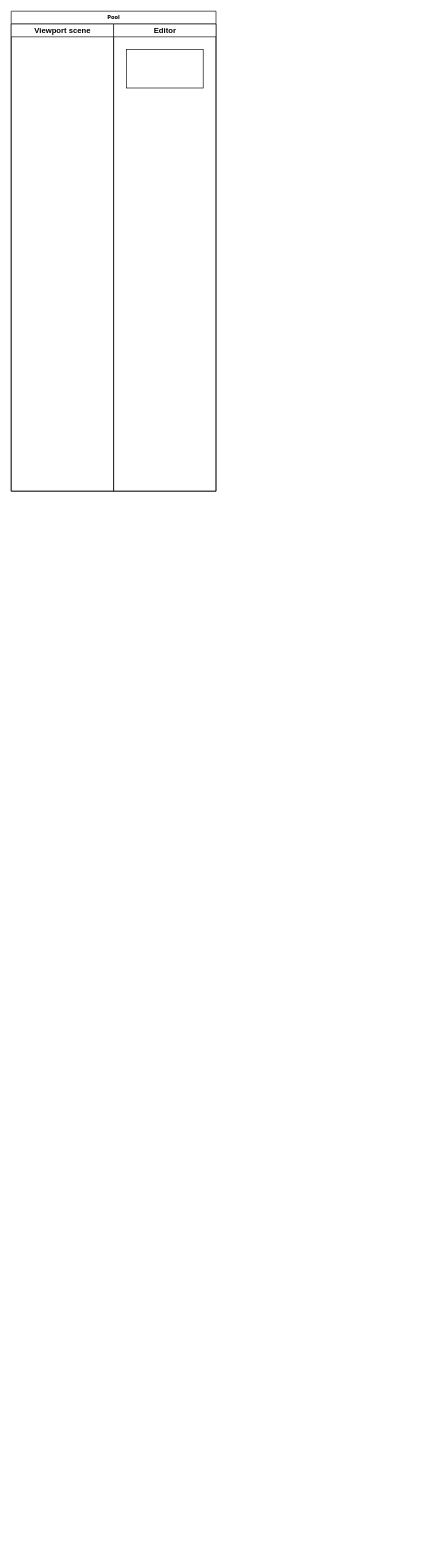
Before: VulkanRenderSE.drawio in mVento3/SteelEngine, a draw.io diagram. Source tidied: cells renumbered, new cells numbered last; positions are measured from the earlier drawing's top-left corner, leaving out a move shared by most shapes. Both pictures are drawn from the tidied source at 64%, with x=0, y=0 at pixel (11, 11).
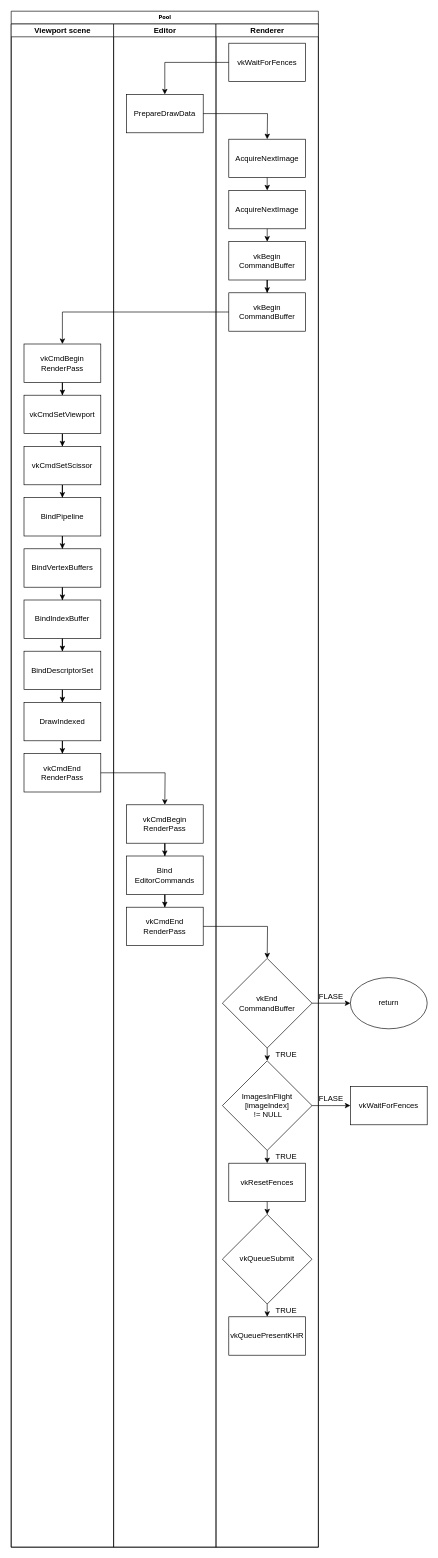
The same page after the edit.

What changed in the source:
```diff
@@
     <mxCell id="2" value="Pool" style="swimlane;html=1;startSize=20;rounded=0;shadow=0;labelBackgroundColor=none;strokeWidth=1;fontFamily=Verdana;fontSize=8;align=center;" parent="1" vertex="1">
-      <mxGeometry width="320" height="750" as="geometry" />
+      <mxGeometry width="480" height="2400" as="geometry" />
     </mxCell>
     <mxCell id="3" value="Viewport scene" style="swimlane;html=1;startSize=20;" parent="2" vertex="1">
-      <mxGeometry y="20" width="160" height="730" as="geometry" />
+      <mxGeometry y="20" width="160" height="2380" as="geometry" />
     </mxCell>
+    <mxCell id="13" style="edgeStyle=orthogonalEdgeStyle;rounded=0;jettySize=auto;html=1;" parent="3" edge="1" source="28" target="27">
+      <mxGeometry relative="1" as="geometry" />
+    </mxCell>
+    <mxCell id="14" style="edgeStyle=orthogonalEdgeStyle;rounded=0;jettySize=auto;html=1;" parent="3" edge="1" source="27" target="26">
+      <mxGeometry relative="1" as="geometry" />
+    </mxCell>
+    <mxCell id="15" style="edgeStyle=orthogonalEdgeStyle;rounded=0;jettySize=auto;html=1;" parent="3" edge="1" source="26" target="25">
+      <mxGeometry relative="1" as="geometry" />
+    </mxCell>
+    <mxCell id="16" style="edgeStyle=orthogonalEdgeStyle;rounded=0;jettySize=auto;html=1;" parent="3" edge="1" source="25" target="24">
+      <mxGeometry relative="1" as="geometry" />
+    </mxCell>
+    <mxCell id="17" style="edgeStyle=orthogonalEdgeStyle;rounded=0;jettySize=auto;html=1;" parent="3" edge="1" source="24" target="23">
+      <mxGeometry relative="1" as="geometry" />
+    </mxCell>
+    <mxCell id="18" style="edgeStyle=orthogonalEdgeStyle;rounded=0;jettySize=auto;html=1;" parent="3" edge="1" source="23" target="22">
+      <mxGeometry relative="1" as="geometry" />
+    </mxCell>
+    <mxCell id="19" style="edgeStyle=orthogonalEdgeStyle;rounded=0;jettySize=auto;html=1;" parent="3" edge="1" source="22" target="21">
+      <mxGeometry relative="1" as="geometry" />
+    </mxCell>
+    <mxCell id="20" style="edgeStyle=orthogonalEdgeStyle;rounded=0;jettySize=auto;html=1;entryX=0.5;entryY=0;entryDx=0;entryDy=0;" parent="3" edge="1" source="21" target="29">
+      <mxGeometry relative="1" as="geometry" />
+    </mxCell>
+    <mxCell id="21" value="DrawIndexed" style="rounded=0;whiteSpace=wrap;html=1;" parent="3" vertex="1">
+      <mxGeometry x="20" y="1060" width="120" height="60" as="geometry" />
+    </mxCell>
+    <mxCell id="22" value="BindDescriptorSet" style="rounded=0;whiteSpace=wrap;html=1;" parent="3" vertex="1">
+      <mxGeometry x="20" y="980" width="120" height="60" as="geometry" />
+    </mxCell>
+    <mxCell id="23" value="BindIndexBuffer" style="rounded=0;whiteSpace=wrap;html=1;" parent="3" vertex="1">
+      <mxGeometry x="20" y="900" width="120" height="60" as="geometry" />
+    </mxCell>
+    <mxCell id="24" value="BindVertexBuffers" style="rounded=0;whiteSpace=wrap;html=1;" parent="3" vertex="1">
+      <mxGeometry x="20" y="820" width="120" height="60" as="geometry" />
+    </mxCell>
+    <mxCell id="25" value="BindPipeline" style="rounded=0;whiteSpace=wrap;html=1;" parent="3" vertex="1">
+      <mxGeometry x="20" y="740" width="120" height="60" as="geometry" />
+    </mxCell>
+    <mxCell id="26" value="vkCmdSetScissor" style="rounded=0;whiteSpace=wrap;html=1;" parent="3" vertex="1">
+      <mxGeometry x="20" y="660" width="120" height="60" as="geometry" />
+    </mxCell>
+    <mxCell id="27" value="vkCmdSetViewport" style="rounded=0;whiteSpace=wrap;html=1;" parent="3" vertex="1">
+      <mxGeometry x="20" y="580" width="120" height="60" as="geometry" />
+    </mxCell>
+    <mxCell id="28" value="&lt;div&gt;vkCmdBegin&lt;/div&gt;&lt;div&gt;RenderPass&lt;/div&gt;" style="rounded=0;whiteSpace=wrap;html=1;" parent="3" vertex="1">
+      <mxGeometry x="20" y="500" width="120" height="60" as="geometry" />
+    </mxCell>
+    <mxCell id="29" value="&lt;div&gt;vkCmdEnd&lt;/div&gt;&lt;div&gt;RenderPass&lt;/div&gt;" style="rounded=0;whiteSpace=wrap;html=1;" parent="3" vertex="1">
+      <mxGeometry x="20" y="1140" width="120" height="60" as="geometry" />
+    </mxCell>
@@
     <mxCell id="11" value="Editor" style="swimlane;html=1;startSize=20;" parent="2" vertex="1">
-      <mxGeometry x="160" y="20" width="160" height="730" as="geometry" />
+      <mxGeometry x="160" y="20" width="160" height="2380" as="geometry" />
     </mxCell>
-    <mxCell id="12" style="rounded=0;whiteSpace=wrap;html=1;" parent="11" vertex="1">
-      <mxGeometry x="20" y="40" width="120" height="60" as="geometry" />
-    </mxCell>
+    <mxCell id="30" style="edgeStyle=orthogonalEdgeStyle;rounded=0;jettySize=auto;html=1;" parent="11" edge="1" source="33" target="32">
+      <mxGeometry relative="1" as="geometry" />
+    </mxCell>
+    <mxCell id="31" style="edgeStyle=orthogonalEdgeStyle;rounded=0;jettySize=auto;html=1;" parent="11" edge="1" source="32" target="35">
+      <mxGeometry relative="1" as="geometry" />
+    </mxCell>
+    <mxCell id="32" value="&lt;div&gt;Bind&lt;/div&gt;&lt;div&gt;EditorCommands&lt;/div&gt;" style="rounded=0;whiteSpace=wrap;html=1;" parent="11" vertex="1">
+      <mxGeometry x="20" y="1300" width="120" height="60" as="geometry" />
+    </mxCell>
+    <mxCell id="33" value="&lt;div&gt;vkCmdBegin&lt;/div&gt;&lt;div&gt;RenderPass&lt;/div&gt;" style="rounded=0;whiteSpace=wrap;html=1;" parent="11" vertex="1">
+      <mxGeometry x="20" y="1220" width="120" height="60" as="geometry" />
+    </mxCell>
+    <mxCell id="34" value="PrepareDrawData" style="rounded=0;whiteSpace=wrap;html=1;" parent="11" vertex="1">
+      <mxGeometry x="20" y="110" width="120" height="60" as="geometry" />
+    </mxCell>
+    <mxCell id="35" value="&lt;div&gt;vkCmdEnd&lt;/div&gt;&lt;div&gt;RenderPass&lt;br&gt;&lt;/div&gt;" style="rounded=0;whiteSpace=wrap;html=1;" parent="11" vertex="1">
+      <mxGeometry x="20" y="1380" width="120" height="60" as="geometry" />
+    </mxCell>
+    <mxCell id="36" value="Renderer" style="swimlane;html=1;startSize=20;" parent="2" vertex="1">
+      <mxGeometry x="320" y="20" width="160" height="2380" as="geometry" />
+    </mxCell>
+    <mxCell id="37" value="vkQueuePresentKHR" style="rounded=0;whiteSpace=wrap;html=1;" parent="36" vertex="1">
+      <mxGeometry x="20" y="2020" width="120" height="60" as="geometry" />
+    </mxCell>
+    <mxCell id="38" style="edgeStyle=orthogonalEdgeStyle;rounded=0;jettySize=auto;html=1;exitX=0.5;exitY=1;exitDx=0;exitDy=0;entryX=0.5;entryY=0;entryDx=0;entryDy=0;" parent="36" edge="1" source="39" target="37">
+      <mxGeometry relative="1" as="geometry" />
+    </mxCell>
+    <mxCell id="39" value="vkQueueSubmit" style="rhombus;whiteSpace=wrap;html=1;" parent="36" vertex="1">
+      <mxGeometry x="10" y="1860" width="140" height="140" as="geometry" />
+    </mxCell>
+    <mxCell id="40" value="vkResetFences" style="rounded=0;whiteSpace=wrap;html=1;" parent="36" vertex="1">
+      <mxGeometry x="20" y="1780" width="120" height="60" as="geometry" />
+    </mxCell>
+    <mxCell id="41" value="&lt;div&gt;ImagesInFlight&lt;/div&gt;&lt;div&gt;[imageIndex]&lt;/div&gt;&amp;nbsp;!= NULL" style="rhombus;whiteSpace=wrap;html=1;" parent="36" vertex="1">
+      <mxGeometry x="10" y="1620" width="140" height="140" as="geometry" />
+    </mxCell>
+    <mxCell id="42" value="AcquireNextImage" style="rounded=0;whiteSpace=wrap;html=1;" parent="36" vertex="1">
+      <mxGeometry x="20" y="260" width="120" height="60" as="geometry" />
+    </mxCell>
+    <mxCell id="43" value="vkWaitForFences" style="rounded=0;whiteSpace=wrap;html=1;" parent="36" vertex="1">
+      <mxGeometry x="20" y="30" width="120" height="60" as="geometry" />
+    </mxCell>
+    <mxCell id="44" value="AcquireNextImage" style="rounded=0;whiteSpace=wrap;html=1;" parent="36" vertex="1">
+      <mxGeometry x="20" y="180" width="120" height="60" as="geometry" />
+    </mxCell>
+    <mxCell id="45" style="edgeStyle=orthogonalEdgeStyle;rounded=0;jettySize=auto;html=1;" parent="36" edge="1" source="46" target="47">
+      <mxGeometry relative="1" as="geometry" />
+    </mxCell>
+    <mxCell id="46" value="&lt;div&gt;vkBegin&lt;/div&gt;&lt;div&gt;CommandBuffer&lt;/div&gt;" style="rounded=0;whiteSpace=wrap;html=1;" parent="36" vertex="1">
+      <mxGeometry x="20" y="340" width="120" height="60" as="geometry" />
+    </mxCell>
+    <mxCell id="47" value="&lt;div&gt;vkBegin&lt;/div&gt;&lt;div&gt;CommandBuffer&lt;/div&gt;" style="rounded=0;whiteSpace=wrap;html=1;" parent="36" vertex="1">
+      <mxGeometry x="20" y="420" width="120" height="60" as="geometry" />
+    </mxCell>
+    <mxCell id="48" value="&lt;div&gt;vkEnd&lt;/div&gt;&lt;div&gt;CommandBuffer&lt;br&gt;&lt;/div&gt;" style="rhombus;whiteSpace=wrap;html=1;" parent="36" vertex="1">
+      <mxGeometry x="10" y="1460" width="140" height="140" as="geometry" />
+    </mxCell>
+    <mxCell id="49" value="TRUE" style="text;html=1;strokeColor=none;fillColor=none;align=center;verticalAlign=middle;whiteSpace=wrap;rounded=0;rotation=0;" parent="36" vertex="1">
+      <mxGeometry x="90" y="2000" width="40" height="20" as="geometry" />
+    </mxCell>
+    <mxCell id="50" value="TRUE" style="text;html=1;strokeColor=none;fillColor=none;align=center;verticalAlign=middle;whiteSpace=wrap;rounded=0;rotation=0;" parent="36" vertex="1">
+      <mxGeometry x="90" y="1760" width="40" height="20" as="geometry" />
+    </mxCell>
+    <mxCell id="51" value="TRUE" style="text;html=1;strokeColor=none;fillColor=none;align=center;verticalAlign=middle;whiteSpace=wrap;rounded=0;rotation=0;" parent="36" vertex="1">
+      <mxGeometry x="90" y="1600" width="40" height="20" as="geometry" />
+    </mxCell>
+    <mxCell id="52" style="edgeStyle=orthogonalEdgeStyle;rounded=0;jettySize=auto;html=1;entryX=0.5;entryY=0;entryDx=0;entryDy=0;" parent="2" edge="1" source="43" target="34">
+      <mxGeometry relative="1" as="geometry" />
+    </mxCell>
+    <mxCell id="53" style="edgeStyle=orthogonalEdgeStyle;rounded=0;jettySize=auto;html=1;entryX=0.5;entryY=0;entryDx=0;entryDy=0;" parent="2" edge="1" source="34">
+      <mxGeometry relative="1" as="geometry">
+        <mxPoint x="400" y="200" as="targetPoint" />
+      </mxGeometry>
+    </mxCell>
+    <mxCell id="54" style="edgeStyle=orthogonalEdgeStyle;rounded=0;jettySize=auto;html=1;" parent="2" edge="1" source="47" target="28">
+      <mxGeometry relative="1" as="geometry" />
+    </mxCell>
+    <mxCell id="55" style="edgeStyle=orthogonalEdgeStyle;rounded=0;jettySize=auto;html=1;" parent="2" edge="1" source="35">
+      <mxGeometry relative="1" as="geometry">
+        <mxPoint x="400" y="1480" as="targetPoint" />
+      </mxGeometry>
+    </mxCell>
+    <mxCell id="56" style="edgeStyle=orthogonalEdgeStyle;rounded=0;jettySize=auto;html=1;" parent="1" edge="1" source="44">
+      <mxGeometry relative="1" as="geometry">
+        <mxPoint x="400" y="280" as="targetPoint" />
+      </mxGeometry>
+    </mxCell>
+    <mxCell id="57" style="edgeStyle=orthogonalEdgeStyle;rounded=0;jettySize=auto;html=1;" parent="1" edge="1" source="42">
+      <mxGeometry relative="1" as="geometry">
+        <mxPoint x="400" y="360" as="targetPoint" />
+      </mxGeometry>
+    </mxCell>
+    <mxCell id="58" style="edgeStyle=orthogonalEdgeStyle;rounded=0;jettySize=auto;html=1;" parent="1" edge="1" source="29">
+      <mxGeometry relative="1" as="geometry">
+        <mxPoint x="240" y="1240" as="targetPoint" />
+      </mxGeometry>
+    </mxCell>
+    <mxCell id="59" value="return" style="ellipse;whiteSpace=wrap;html=1;" parent="1" vertex="1">
+      <mxGeometry x="530" y="1510" width="120" height="80" as="geometry" />
+    </mxCell>
+    <mxCell id="60" style="edgeStyle=orthogonalEdgeStyle;rounded=0;jettySize=auto;html=1;entryX=0;entryY=0.5;entryDx=0;entryDy=0;" parent="1" edge="1" source="48" target="59">
+      <mxGeometry relative="1" as="geometry" />
+    </mxCell>
+    <mxCell id="61" style="edgeStyle=orthogonalEdgeStyle;rounded=0;jettySize=auto;html=1;" parent="1" edge="1" source="48">
+      <mxGeometry relative="1" as="geometry">
+        <mxPoint x="400" y="1640" as="targetPoint" />
+      </mxGeometry>
+    </mxCell>
+    <mxCell id="62" style="edgeStyle=orthogonalEdgeStyle;rounded=0;jettySize=auto;html=1;" parent="1" edge="1" source="41">
+      <mxGeometry relative="1" as="geometry">
+        <mxPoint x="530" y="1710" as="targetPoint" />
+      </mxGeometry>
+    </mxCell>
+    <mxCell id="63" value="vkWaitForFences" style="rounded=0;whiteSpace=wrap;html=1;" parent="1" vertex="1">
+      <mxGeometry x="530" y="1680" width="120" height="60" as="geometry" />
+    </mxCell>
+    <mxCell id="64" style="edgeStyle=orthogonalEdgeStyle;rounded=0;jettySize=auto;html=1;" parent="1" edge="1" source="41">
+      <mxGeometry relative="1" as="geometry">
+        <mxPoint x="400" y="1800" as="targetPoint" />
+      </mxGeometry>
+    </mxCell>
+    <mxCell id="65" style="edgeStyle=orthogonalEdgeStyle;rounded=0;jettySize=auto;html=1;" parent="1" edge="1" source="40">
+      <mxGeometry relative="1" as="geometry">
+        <mxPoint x="400" y="1880" as="targetPoint" />
+      </mxGeometry>
+    </mxCell>
+    <mxCell id="66" value="FLASE" style="text;html=1;strokeColor=none;fillColor=none;align=center;verticalAlign=middle;whiteSpace=wrap;rounded=0;rotation=0;" parent="1" vertex="1">
+      <mxGeometry x="480" y="1530" width="40" height="20" as="geometry" />
+    </mxCell>
+    <mxCell id="67" value="FLASE" style="text;html=1;strokeColor=none;fillColor=none;align=center;verticalAlign=middle;whiteSpace=wrap;rounded=0;rotation=0;" parent="1" vertex="1">
+      <mxGeometry x="480" y="1690" width="40" height="20" as="geometry" />
+    </mxCell>
```
